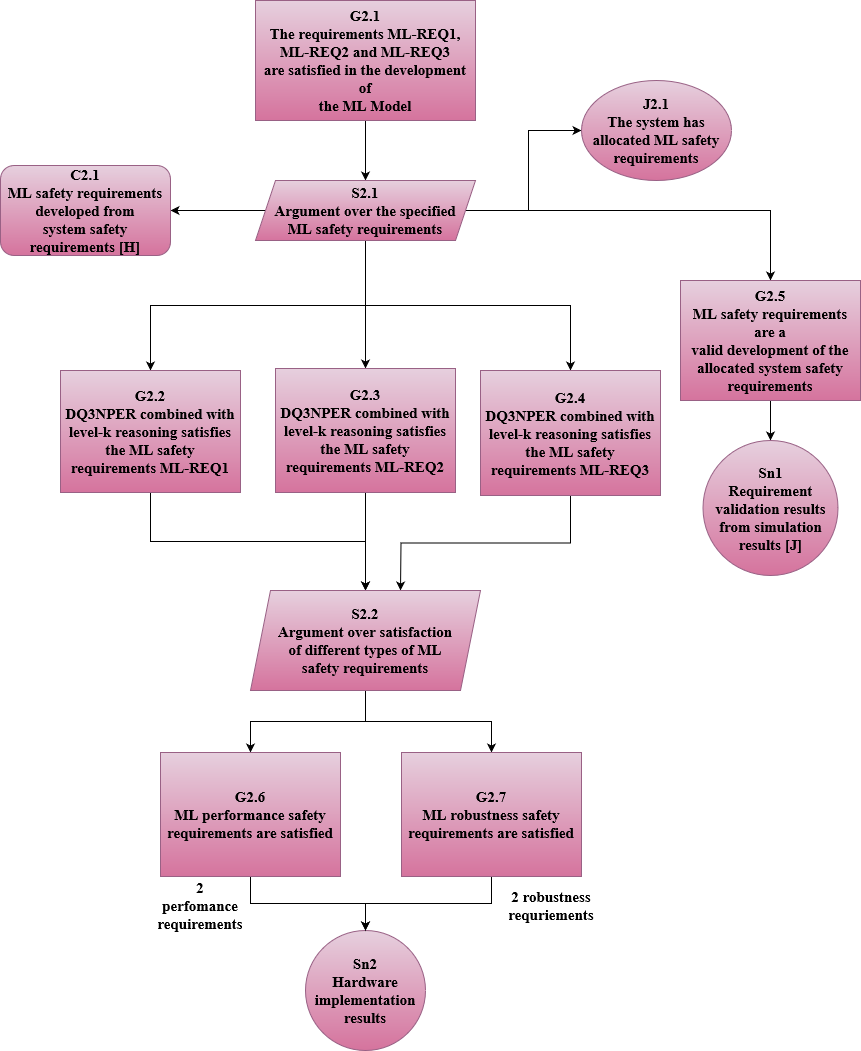
msivakum16/Safety_Case keeps this draw.io diagram as Figure10_.png. Above is the earlier version. Source tidied: cells renumbered, new cells last; positions are measured from the earlier drawing's top-left corner, leaving out a move shared by most shapes.
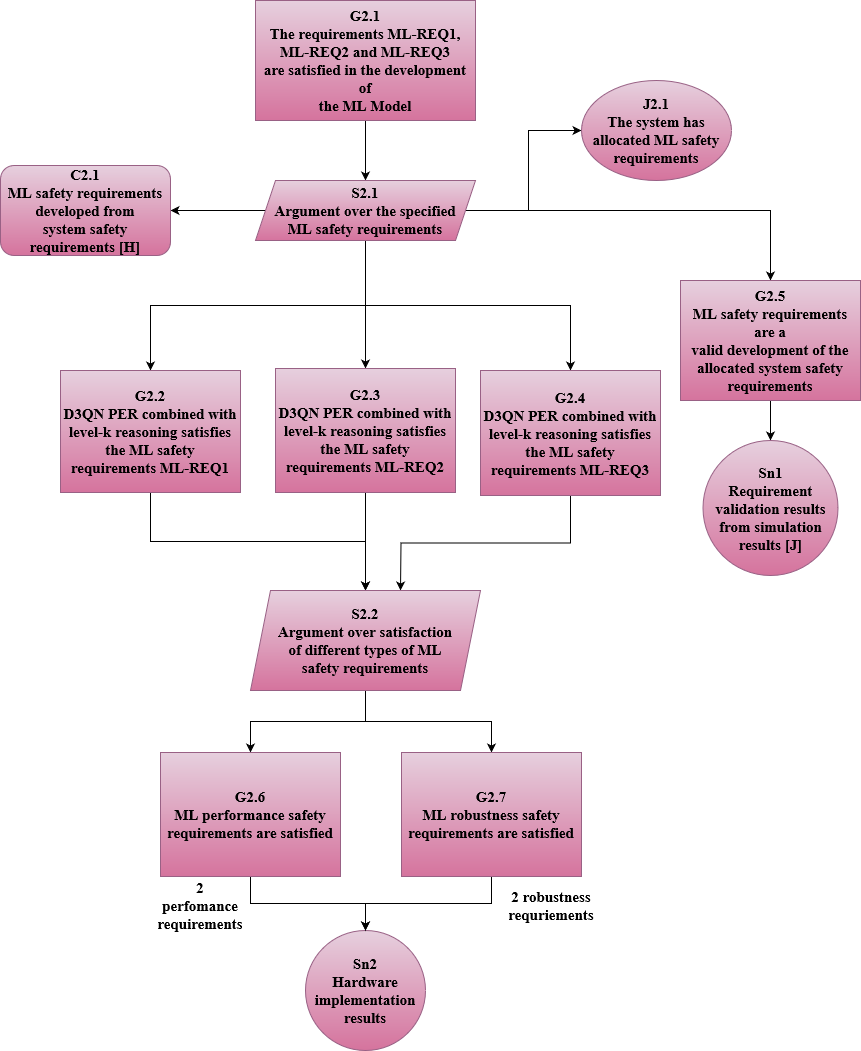
After the change.

Diff of the diagram source:
```diff
@@ -38,13 +38,13 @@
     <mxCell id="13" style="edgeStyle=orthogonalEdgeStyle;rounded=0;jettySize=auto;html=1;exitX=0.5;exitY=1;exitDx=0;exitDy=0;entryX=0.5;entryY=0;entryDx=0;entryDy=0;fontStyle=1;" parent="1" edge="1" source="14" target="26">
       <mxGeometry relative="1" as="geometry" />
     </mxCell>
-    <mxCell id="14" value="G2.2 &lt;br style=&quot;font-size: 15px;&quot;&gt;DQ3NPER combined with level-k reasoning satisfies the ML safety requirements ML-REQ1" style="rounded=0;whiteSpace=wrap;html=1;fontFamily=Times New Roman;fontSize=15;fillColor=#e6d0de;strokeColor=#996185;fontStyle=1;gradientColor=#d5739d;" parent="1" vertex="1">
+    <mxCell id="14" value="G2.2 &lt;br style=&quot;font-size: 15px;&quot;&gt;D3QN PER combined with level-k reasoning satisfies the ML safety requirements ML-REQ1" style="rounded=0;whiteSpace=wrap;html=1;fontFamily=Times New Roman;fontSize=15;fillColor=#e6d0de;strokeColor=#996185;fontStyle=1;gradientColor=#d5739d;" parent="1" vertex="1">
       <mxGeometry x="60" y="370" width="180" height="122" as="geometry" />
     </mxCell>
     <mxCell id="15" style="edgeStyle=orthogonalEdgeStyle;rounded=0;jettySize=auto;html=1;exitX=0.5;exitY=1;exitDx=0;exitDy=0;entryX=0.5;entryY=0;entryDx=0;entryDy=0;fontStyle=1;" parent="1" edge="1" source="16" target="26">
       <mxGeometry relative="1" as="geometry" />
     </mxCell>
-    <mxCell id="16" value="G2.3&lt;br style=&quot;font-size: 15px;&quot;&gt;DQ3NPER combined with level-k reasoning satisfies the ML safety requirements ML-REQ2" style="rounded=0;whiteSpace=wrap;html=1;fontFamily=Times New Roman;fontSize=15;fillColor=#e6d0de;strokeColor=#996185;fontStyle=1;gradientColor=#d5739d;" parent="1" vertex="1">
+    <mxCell id="16" value="G2.3&lt;br style=&quot;font-size: 15px;&quot;&gt;D3QN PER combined with level-k reasoning satisfies the ML safety requirements ML-REQ2" style="rounded=0;whiteSpace=wrap;html=1;fontFamily=Times New Roman;fontSize=15;fillColor=#e6d0de;strokeColor=#996185;fontStyle=1;gradientColor=#d5739d;" parent="1" vertex="1">
       <mxGeometry x="275" y="368" width="180" height="124" as="geometry" />
     </mxCell>
     <mxCell id="17" style="edgeStyle=orthogonalEdgeStyle;rounded=0;jettySize=auto;html=1;exitX=0.5;exitY=1;exitDx=0;exitDy=0;fontStyle=1;" parent="1" edge="1" source="18">
@@ -52,7 +52,7 @@
         <mxPoint x="400" y="590" as="targetPoint" />
       </mxGeometry>
     </mxCell>
-    <mxCell id="18" value="G2.4&lt;br style=&quot;font-size: 15px;&quot;&gt;DQ3NPER combined with level-k reasoning satisfies the ML safety requirements ML-REQ3" style="rounded=0;whiteSpace=wrap;html=1;fontFamily=Times New Roman;fontSize=15;fillColor=#e6d0de;strokeColor=#996185;fontStyle=1;gradientColor=#d5739d;" parent="1" vertex="1">
+    <mxCell id="18" value="G2.4&lt;br style=&quot;font-size: 15px;&quot;&gt;D3QN PER combined with level-k reasoning satisfies the ML safety requirements ML-REQ3" style="rounded=0;whiteSpace=wrap;html=1;fontFamily=Times New Roman;fontSize=15;fillColor=#e6d0de;strokeColor=#996185;fontStyle=1;gradientColor=#d5739d;" parent="1" vertex="1">
       <mxGeometry x="480" y="370" width="180" height="125" as="geometry" />
     </mxCell>
     <mxCell id="19" style="edgeStyle=orthogonalEdgeStyle;rounded=0;jettySize=auto;html=1;exitX=0.5;exitY=1;exitDx=0;exitDy=0;fontStyle=1;" parent="1" edge="1" source="20" target="21">
```
